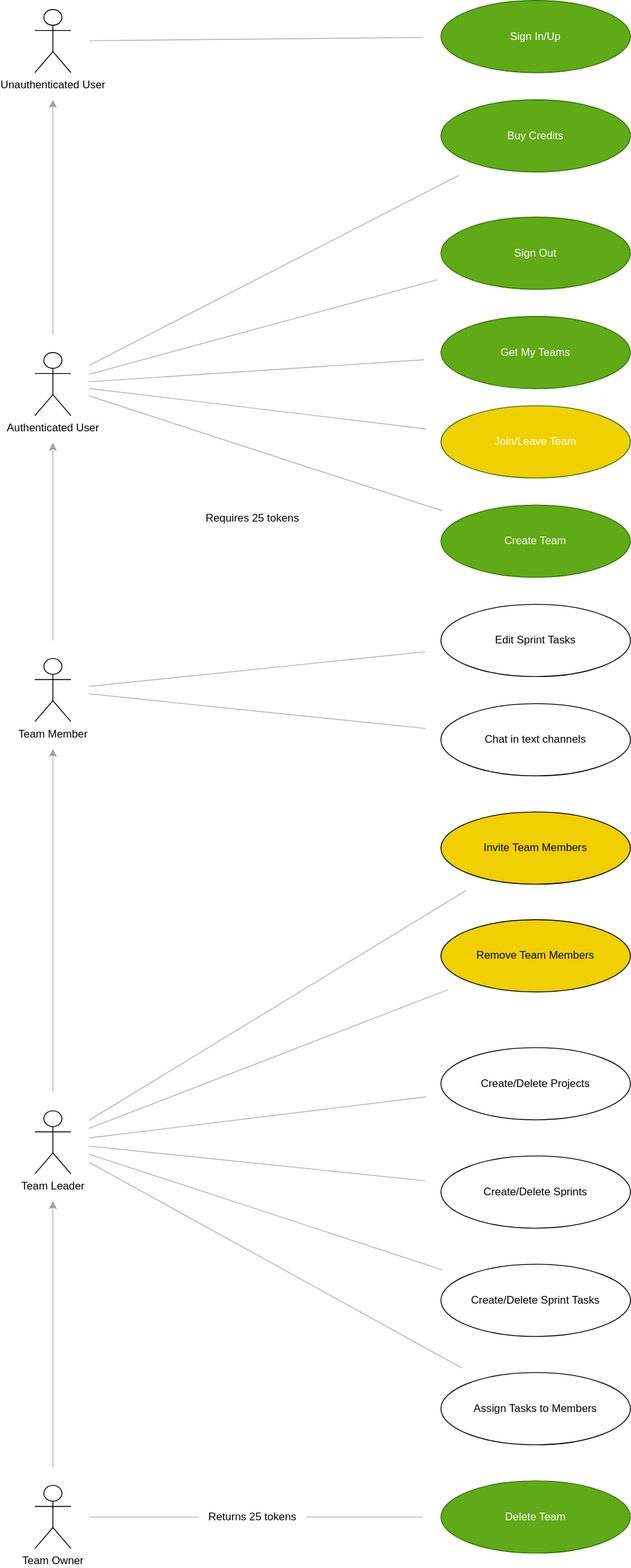
Before: packages/domain/src/use-cases/index.drawio.svg, a diagram exported from draw.io (john-prutton/tarc). Source tidied: cells renumbered, new cells last; positions are measured from the earlier drawing's top-left corner, leaving out a move shared by most shapes. Its diagram source:
```xml
<mxGraphModel>
  <root>
    <mxCell id="0" />
    <mxCell id="1" parent="0" />
    <mxCell id="2" style="rounded=0;jettySize=auto;html=1;endArrow=none;endFill=0;targetPerimeterSpacing=20;sourcePerimeterSpacing=20;endSize=6;opacity=30;" parent="1" edge="1" source="3" target="4">
      <mxGeometry relative="1" as="geometry" />
    </mxCell>
    <mxCell id="3" value="Team Member" style="shape=umlActor;verticalLabelPosition=bottom;verticalAlign=top;html=1;outlineConnect=0;" parent="1" vertex="1">
      <mxGeometry y="729" width="40" height="70" as="geometry" />
    </mxCell>
    <mxCell id="4" value="Chat in text channels&amp;nbsp;" style="ellipse;whiteSpace=wrap;html=1;" parent="1" vertex="1">
      <mxGeometry x="450" y="779" width="210" height="80" as="geometry" />
    </mxCell>
    <mxCell id="5" value="Invite Team Members" style="ellipse;whiteSpace=wrap;html=1;fillColor=#F0D000;" parent="1" vertex="1">
      <mxGeometry x="450" y="899" width="210" height="80" as="geometry" />
    </mxCell>
    <mxCell id="6" value="Create/Delete Projects" style="ellipse;whiteSpace=wrap;html=1;" parent="1" vertex="1">
      <mxGeometry x="450" y="1160" width="210" height="80" as="geometry" />
    </mxCell>
    <mxCell id="7" value="Create/Delete Sprint Tasks" style="ellipse;whiteSpace=wrap;html=1;" parent="1" vertex="1">
      <mxGeometry x="450" y="1400" width="210" height="80" as="geometry" />
    </mxCell>
    <mxCell id="8" value="Assign Tasks to Members" style="ellipse;whiteSpace=wrap;html=1;" parent="1" vertex="1">
      <mxGeometry x="450" y="1520" width="210" height="80" as="geometry" />
    </mxCell>
    <mxCell id="9" value="Delete Team" style="ellipse;whiteSpace=wrap;html=1;fillColor=#60a917;fontColor=#ffffff;strokeColor=#2D7600;" parent="1" vertex="1">
      <mxGeometry x="450" y="1640" width="210" height="80" as="geometry" />
    </mxCell>
    <mxCell id="10" value="Team Owner" style="shape=umlActor;verticalLabelPosition=bottom;verticalAlign=top;html=1;outlineConnect=0;" parent="1" vertex="1">
      <mxGeometry y="1645" width="40" height="70" as="geometry" />
    </mxCell>
    <mxCell id="11" style="rounded=0;jettySize=auto;html=1;endArrow=none;endFill=0;targetPerimeterSpacing=20;endSize=6;opacity=30;startArrow=none;" parent="1" edge="1" source="31" target="9">
      <mxGeometry relative="1" as="geometry" />
    </mxCell>
    <mxCell id="12" value="Team Leader" style="shape=umlActor;verticalLabelPosition=bottom;verticalAlign=top;html=1;outlineConnect=0;" parent="1" vertex="1">
      <mxGeometry y="1230" width="40" height="70" as="geometry" />
    </mxCell>
    <mxCell id="13" style="rounded=0;jettySize=auto;html=1;endArrow=none;endFill=0;targetPerimeterSpacing=20;sourcePerimeterSpacing=20;endSize=6;opacity=30;" parent="1" edge="1" source="12" target="5">
      <mxGeometry relative="1" as="geometry" />
    </mxCell>
    <mxCell id="14" style="rounded=0;jettySize=auto;html=1;endArrow=none;endFill=0;targetPerimeterSpacing=20;sourcePerimeterSpacing=20;endSize=6;opacity=30;" parent="1" edge="1" source="12" target="6">
      <mxGeometry relative="1" as="geometry" />
    </mxCell>
    <mxCell id="15" style="rounded=0;jettySize=auto;html=1;endArrow=none;endFill=0;targetPerimeterSpacing=20;sourcePerimeterSpacing=20;endSize=6;opacity=30;" parent="1" edge="1" source="12" target="7">
      <mxGeometry relative="1" as="geometry" />
    </mxCell>
    <mxCell id="16" style="rounded=0;jettySize=auto;html=1;endArrow=none;endFill=0;targetPerimeterSpacing=20;sourcePerimeterSpacing=20;endSize=6;opacity=30;" parent="1" edge="1" source="12" target="8">
      <mxGeometry relative="1" as="geometry" />
    </mxCell>
    <mxCell id="17" style="rounded=0;jettySize=auto;html=1;endArrow=none;endFill=0;targetPerimeterSpacing=20;sourcePerimeterSpacing=20;endSize=6;opacity=30;" parent="1" edge="1" source="3" target="18">
      <mxGeometry relative="1" as="geometry" />
    </mxCell>
    <mxCell id="18" value="Edit Sprint Tasks" style="ellipse;whiteSpace=wrap;html=1;" parent="1" vertex="1">
      <mxGeometry x="450" y="669" width="210" height="80" as="geometry" />
    </mxCell>
    <mxCell id="19" style="rounded=0;jettySize=auto;html=1;endArrow=classic;endFill=1;targetPerimeterSpacing=30;sourcePerimeterSpacing=20;endSize=6;opacity=30;startArrow=none;startFill=0;" parent="1" edge="1" source="12" target="3">
      <mxGeometry relative="1" as="geometry" />
    </mxCell>
    <mxCell id="20" style="rounded=0;jettySize=auto;html=1;endArrow=classic;endFill=1;targetPerimeterSpacing=30;sourcePerimeterSpacing=20;endSize=6;opacity=30;startArrow=none;startFill=0;" parent="1" edge="1" source="10" target="12">
      <mxGeometry relative="1" as="geometry" />
    </mxCell>
    <mxCell id="21" style="rounded=0;jettySize=auto;html=1;endArrow=none;endFill=0;targetPerimeterSpacing=20;sourcePerimeterSpacing=20;endSize=6;opacity=30;" parent="1" edge="1" source="22" target="23">
      <mxGeometry relative="1" as="geometry" />
    </mxCell>
    <mxCell id="22" value="Authenticated User" style="shape=umlActor;verticalLabelPosition=bottom;verticalAlign=top;html=1;outlineConnect=0;" parent="1" vertex="1">
      <mxGeometry y="390" width="40" height="70" as="geometry" />
    </mxCell>
    <mxCell id="23" value="Create Team" style="ellipse;whiteSpace=wrap;html=1;fillColor=#60a917;fontColor=#ffffff;strokeColor=#2D7600;" parent="1" vertex="1">
      <mxGeometry x="450" y="559" width="210" height="80" as="geometry" />
    </mxCell>
    <mxCell id="24" style="rounded=0;jettySize=auto;html=1;endArrow=none;endFill=0;targetPerimeterSpacing=20;sourcePerimeterSpacing=20;endSize=6;opacity=30;" parent="1" edge="1" source="22" target="25">
      <mxGeometry relative="1" as="geometry" />
    </mxCell>
    <mxCell id="25" value="Join/Leave Team" style="ellipse;whiteSpace=wrap;html=1;fillColor=#F0D000;fontColor=#ffffff;strokeColor=#2D7600;" parent="1" vertex="1">
      <mxGeometry x="450" y="449" width="210" height="80" as="geometry" />
    </mxCell>
    <mxCell id="26" value="Create/Delete Sprints" style="ellipse;whiteSpace=wrap;html=1;" parent="1" vertex="1">
      <mxGeometry x="450" y="1280" width="210" height="80" as="geometry" />
    </mxCell>
    <mxCell id="27" style="rounded=0;jettySize=auto;html=1;endArrow=none;endFill=0;targetPerimeterSpacing=20;sourcePerimeterSpacing=20;endSize=6;opacity=30;" parent="1" edge="1" source="12" target="26">
      <mxGeometry relative="1" as="geometry" />
    </mxCell>
    <mxCell id="28" style="rounded=0;jettySize=auto;html=1;endArrow=classic;endFill=1;targetPerimeterSpacing=30;sourcePerimeterSpacing=20;endSize=6;opacity=30;startArrow=none;startFill=0;" parent="1" edge="1" source="3" target="22">
      <mxGeometry relative="1" as="geometry" />
    </mxCell>
    <mxCell id="29" value="Requires 25 tokens" style="text;html=1;align=center;verticalAlign=middle;strokeColor=none;fillColor=none;" parent="1" vertex="1">
      <mxGeometry x="176" y="559" width="130" height="30" as="geometry" />
    </mxCell>
    <mxCell id="30" style="rounded=0;jettySize=auto;html=1;endArrow=none;endFill=0;sourcePerimeterSpacing=20;endSize=6;opacity=30;" parent="1" edge="1" source="10" target="31">
      <mxGeometry relative="1" as="geometry" />
    </mxCell>
    <mxCell id="31" value="Returns 25 tokens" style="text;html=1;align=center;verticalAlign=middle;points=[];strokeColor=none;fillColor=none;" parent="1" vertex="1">
      <mxGeometry x="181" y="1665" width="120" height="30" as="geometry" />
    </mxCell>
    <mxCell id="32" style="rounded=0;jettySize=auto;html=1;endArrow=none;endFill=0;targetPerimeterSpacing=20;sourcePerimeterSpacing=20;endSize=6;opacity=30;" parent="1" edge="1" source="22" target="34">
      <mxGeometry relative="1" as="geometry" />
    </mxCell>
    <mxCell id="33" value="Unauthenticated User" style="shape=umlActor;verticalLabelPosition=bottom;verticalAlign=top;html=1;outlineConnect=0;" parent="1" vertex="1">
      <mxGeometry y="10" width="40" height="70" as="geometry" />
    </mxCell>
    <mxCell id="34" value="Sign Out" style="ellipse;whiteSpace=wrap;html=1;fillColor=#60a917;fontColor=#ffffff;strokeColor=#2D7600;" parent="1" vertex="1">
      <mxGeometry x="450" y="240" width="210" height="80" as="geometry" />
    </mxCell>
    <mxCell id="35" style="rounded=0;jettySize=auto;html=1;endArrow=none;endFill=0;targetPerimeterSpacing=20;sourcePerimeterSpacing=20;endSize=6;opacity=30;" parent="1" edge="1" source="33" target="36">
      <mxGeometry relative="1" as="geometry" />
    </mxCell>
    <mxCell id="36" value="Sign In/Up" style="ellipse;whiteSpace=wrap;html=1;fillColor=#60a917;fontColor=#ffffff;strokeColor=#2D7600;" parent="1" vertex="1">
      <mxGeometry x="450" width="210" height="80" as="geometry" />
    </mxCell>
    <mxCell id="37" style="rounded=0;jettySize=auto;html=1;endArrow=classic;endFill=1;targetPerimeterSpacing=30;sourcePerimeterSpacing=20;endSize=6;opacity=30;startArrow=none;startFill=0;" parent="1" edge="1" source="22" target="33">
      <mxGeometry relative="1" as="geometry" />
    </mxCell>
    <mxCell id="38" style="rounded=0;jettySize=auto;html=1;endArrow=none;endFill=0;targetPerimeterSpacing=20;sourcePerimeterSpacing=20;endSize=6;opacity=30;" parent="1" edge="1" source="22" target="39">
      <mxGeometry relative="1" as="geometry" />
    </mxCell>
    <mxCell id="39" value="Buy Credits" style="ellipse;whiteSpace=wrap;html=1;fillColor=#60a917;fontColor=#ffffff;strokeColor=#2D7600;" parent="1" vertex="1">
      <mxGeometry x="450" y="110" width="210" height="80" as="geometry" />
    </mxCell>
    <mxCell id="40" style="rounded=0;jettySize=auto;html=1;endArrow=none;endFill=0;targetPerimeterSpacing=20;sourcePerimeterSpacing=20;endSize=6;opacity=30;" parent="1" edge="1" source="22" target="41">
      <mxGeometry relative="1" as="geometry" />
    </mxCell>
    <mxCell id="41" value="Get My Teams" style="ellipse;whiteSpace=wrap;html=1;fillColor=#60a917;fontColor=#ffffff;strokeColor=#2D7600;" parent="1" vertex="1">
      <mxGeometry x="450" y="350" width="210" height="80" as="geometry" />
    </mxCell>
    <mxCell id="42" value="Remove Team Members" style="ellipse;whiteSpace=wrap;html=1;fillColor=#F0D000;" parent="1" vertex="1">
      <mxGeometry x="450" y="1018.4" width="210" height="80" as="geometry" />
    </mxCell>
    <mxCell id="43" style="rounded=0;jettySize=auto;html=1;endArrow=none;endFill=0;targetPerimeterSpacing=20;sourcePerimeterSpacing=20;endSize=6;opacity=30;" parent="1" edge="1" source="12" target="42">
      <mxGeometry relative="1" as="geometry" />
    </mxCell>
  </root>
</mxGraphModel>
```
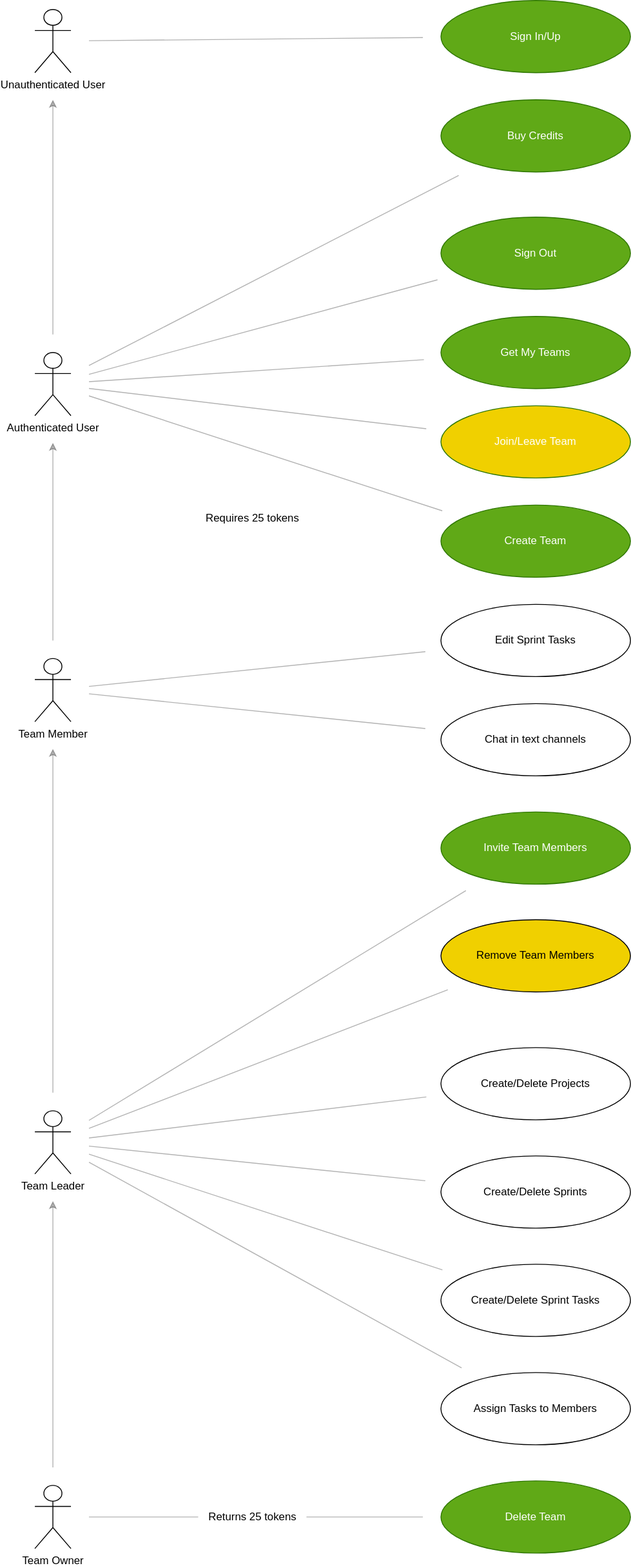
After the change.

Commit message:
planning: update UML

The edit, as a diff of the source:
```diff
@@ -11,7 +11,7 @@
     <mxCell id="4" value="Chat in text channels&amp;nbsp;" style="ellipse;whiteSpace=wrap;html=1;" parent="1" vertex="1">
       <mxGeometry x="450" y="779" width="210" height="80" as="geometry" />
     </mxCell>
-    <mxCell id="5" value="Invite Team Members" style="ellipse;whiteSpace=wrap;html=1;fillColor=#F0D000;" parent="1" vertex="1">
+    <mxCell id="5" value="Invite Team Members" style="ellipse;whiteSpace=wrap;html=1;fillColor=#60a917;fontColor=#ffffff;strokeColor=#2D7600;" parent="1" vertex="1">
       <mxGeometry x="450" y="899" width="210" height="80" as="geometry" />
     </mxCell>
     <mxCell id="6" value="Create/Delete Projects" style="ellipse;whiteSpace=wrap;html=1;" parent="1" vertex="1">
```
